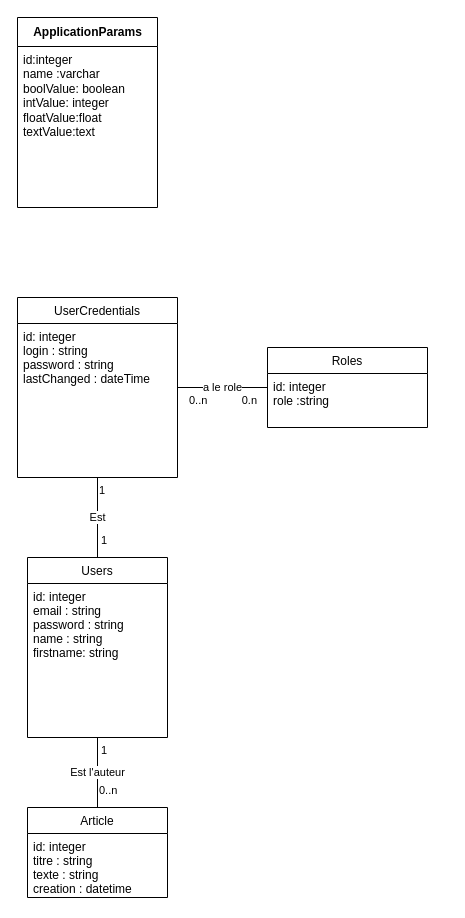
The draw.io diagram Documentation/Database.drawio in VincentProuchet/symFreeBlog, before the edit. Source tidied: cells renumbered, new cells numbered last; positions are measured from the earlier drawing's top-left corner, leaving out a move shared by most shapes. Both pictures are drawn from the tidied source at 100%, with x=0, y=0 at pixel (17, 17).
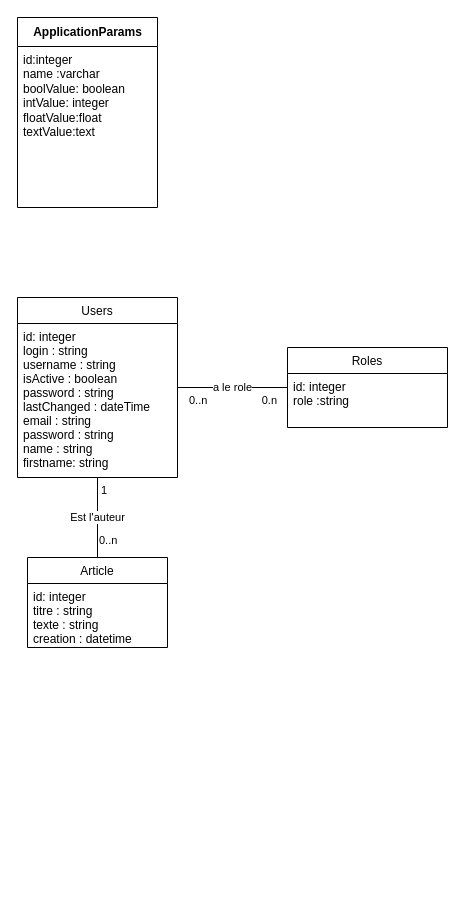
After the change.

The edit, as a diff of the source:
```diff
@@
     <mxCell id="2" value="Article" style="swimlane;fontStyle=0;horizontal=1;startSize=26;fillColor=none;" parent="1" vertex="1">
-      <mxGeometry x="10" y="790" width="140" height="90" as="geometry" />
+      <mxGeometry x="10" y="540" width="140" height="90" as="geometry" />
     </mxCell>
@@
-    <mxCell id="4" value="Users" style="swimlane;fontStyle=0;horizontal=1;startSize=26;fillColor=none;" parent="1" vertex="1">
-      <mxGeometry x="10" y="540" width="140" height="180" as="geometry" />
-    </mxCell>
-    <mxCell id="5" value="id: integer&#10;email : string&#10;password : string&#10;name : string&#10;firstname: string&#10;" style="text;strokeColor=none;fillColor=none;align=left;verticalAlign=top;spacingLeft=4;spacingRight=4;overflow=hidden;" parent="4" vertex="1">
-      <mxGeometry y="26" width="140" height="154" as="geometry" />
-    </mxCell>
-    <mxCell id="6" value="&lt;div&gt;Est l'auteur&lt;/div&gt;" style="endArrow=none;html=1;endSize=12;startArrow=none;startSize=14;startFill=0;edgeStyle=orthogonalEdgeStyle;rounded=0;endFill=0;" parent="1" edge="1" source="2" target="4">
+    <mxCell id="6" value="&lt;div&gt;Est l'auteur&lt;/div&gt;" style="endArrow=none;html=1;endSize=12;startArrow=none;startSize=14;startFill=0;edgeStyle=orthogonalEdgeStyle;rounded=0;endFill=0;" parent="1" edge="1" source="2" target="14">
       <mxGeometry relative="1" as="geometry" />
     </mxCell>
@@
-    <mxCell id="11" value="&lt;div&gt;Est&lt;br&gt;&lt;/div&gt;" style="endArrow=none;html=1;endSize=12;startArrow=none;startSize=14;startFill=0;edgeStyle=orthogonalEdgeStyle;rounded=0;endFill=0;" parent="1" edge="1" source="14" target="4">
-      <mxGeometry relative="1" as="geometry" />
-    </mxCell>
-    <mxCell id="12" value="1" style="edgeLabel;html=1;align=left;verticalAlign=top;" parent="11" vertex="1">
-      <mxGeometry x="-1" relative="1" as="geometry" />
-    </mxCell>
-    <mxCell id="13" value="1" style="edgeLabel;html=1;align=right;verticalAlign=top;" parent="11" vertex="1">
-      <mxGeometry x="1" relative="1" as="geometry">
-        <mxPoint x="10" y="-30" as="offset" />
-      </mxGeometry>
-    </mxCell>
-    <mxCell id="14" value="UserCredentials" style="swimlane;fontStyle=0;horizontal=1;startSize=26;fillColor=none;" parent="1" vertex="1">
+    <mxCell id="14" value="Users" style="swimlane;fontStyle=0;horizontal=1;startSize=26;fillColor=none;" parent="1" vertex="1">
       <mxGeometry y="280" width="160" height="180" as="geometry" />
     </mxCell>
-    <mxCell id="15" value="id: integer&#10;login : string&#10;password : string&#10;lastChanged : dateTime&#10;" style="text;strokeColor=none;fillColor=none;align=left;verticalAlign=top;spacingLeft=4;spacingRight=4;overflow=hidden;" parent="14" vertex="1">
+    <mxCell id="15" value="id: integer&#10;login : string&#10;username : string&#10;isActive : boolean&#10;password : string&#10;lastChanged : dateTime&#10;email : string&#10;password : string&#10;name : string&#10;firstname: string" style="text;strokeColor=none;fillColor=none;align=left;verticalAlign=top;spacingLeft=4;spacingRight=4;overflow=hidden;" parent="14" vertex="1">
       <mxGeometry y="26" width="160" height="154" as="geometry" />
     </mxCell>
     <mxCell id="16" value="Roles" style="swimlane;fontStyle=0;horizontal=1;startSize=26;fillColor=none;" parent="1" vertex="1">
-      <mxGeometry x="250" y="330" width="160" height="80" as="geometry" />
+      <mxGeometry x="270" y="330" width="160" height="80" as="geometry" />
     </mxCell>
```
